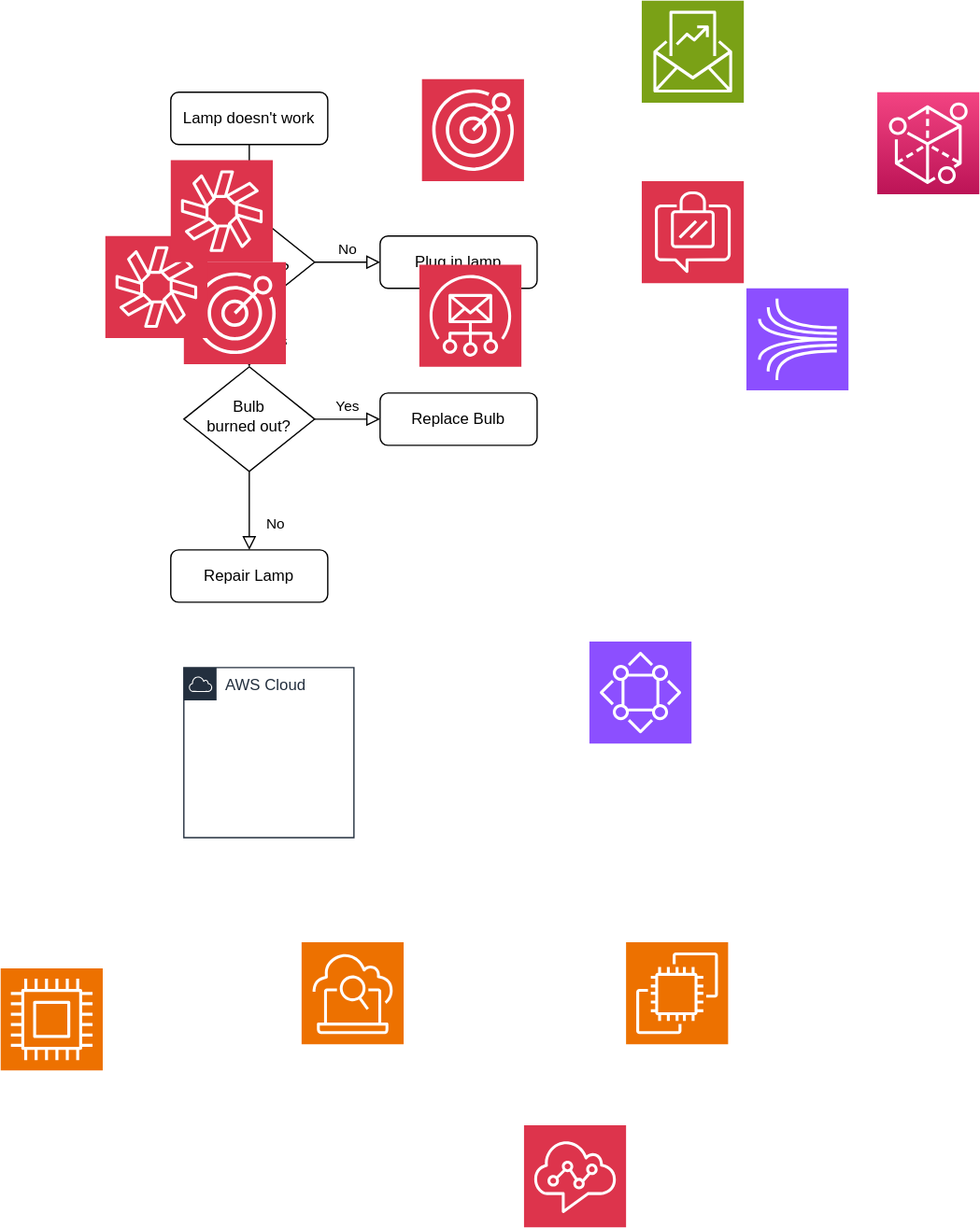
kaikeira/sql-nosql keeps this draw.io diagram as teste3.drawio.svg. Above is the earlier version. Source tidied: cells renumbered, new cells last; positions are measured from the earlier drawing's top-left corner, leaving out a move shared by most shapes.
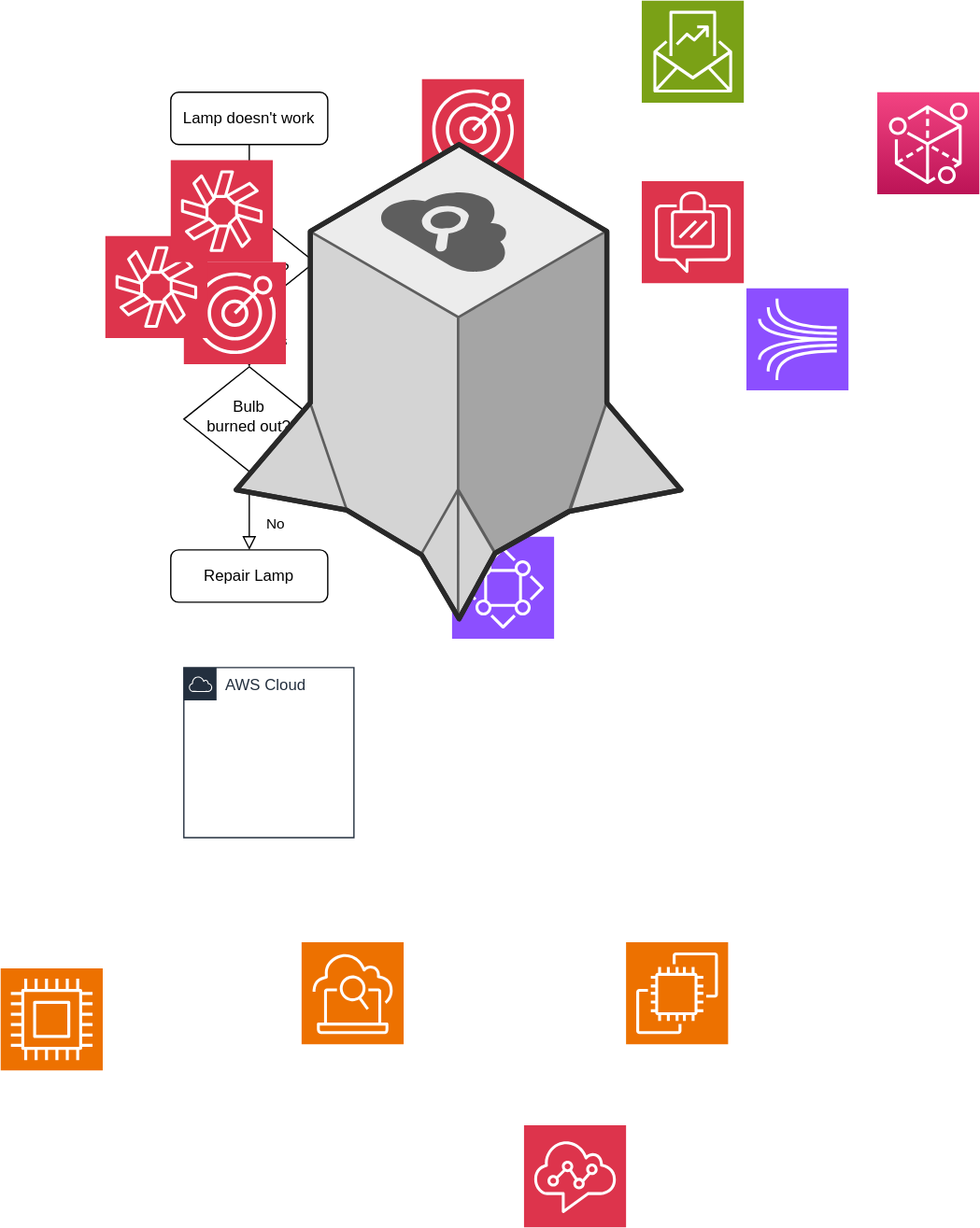
After the change.

The edit, as a diff of the source:
```diff
@@ -39,7 +39,7 @@
       <mxGeometry x="140" y="510" width="130" height="130" as="geometry" />
     </mxCell>
     <mxCell id="14" style="sketch=0;fontColor=#232F3E;fillColor=#8C4FFF;strokeColor=#ffffff;dashed=0;verticalLabelPosition=bottom;verticalAlign=top;align=center;html=1;fontSize=12;fontStyle=0;shape=mxgraph.aws4.resourceIcon;resIcon=mxgraph.aws4.datazone;" parent="1" vertex="1">
-      <mxGeometry x="450" y="490" width="78" height="78" as="geometry" />
+      <mxGeometry x="345" y="410" width="78" height="78" as="geometry" />
     </mxCell>
     <mxCell id="15" style="sketch=0;fontColor=#232F3E;fillColor=#8C4FFF;strokeColor=#ffffff;dashed=0;verticalLabelPosition=bottom;verticalAlign=top;align=center;html=1;fontSize=12;fontStyle=0;shape=mxgraph.aws4.resourceIcon;resIcon=mxgraph.aws4.kinesis;" parent="1" vertex="1">
       <mxGeometry x="570" y="220" width="78" height="78" as="geometry" />
@@ -80,5 +80,8 @@
     <mxCell id="27" style="sketch=0;fontColor=#232F3E;fillColor=#DD344C;strokeColor=#ffffff;dashed=0;verticalLabelPosition=bottom;verticalAlign=top;align=center;html=1;fontSize=12;fontStyle=0;shape=mxgraph.aws4.resourceIcon;resIcon=mxgraph.aws4.chime;" parent="1" vertex="1">
       <mxGeometry x="130" y="122" width="78" height="78" as="geometry" />
     </mxCell>
+    <mxCell id="28" style="verticalLabelPosition=bottom;html=1;verticalAlign=top;strokeWidth=1;align=center;dashed=0;shape=mxgraph.aws3d.searchEngine;fillColor=#ECECEC;strokeColor=#5E5E5E;" parent="1" vertex="1">
+      <mxGeometry x="180" y="110" width="340" height="362.7" as="geometry" />
+    </mxCell>
   </root>
 </mxGraphModel>
```
